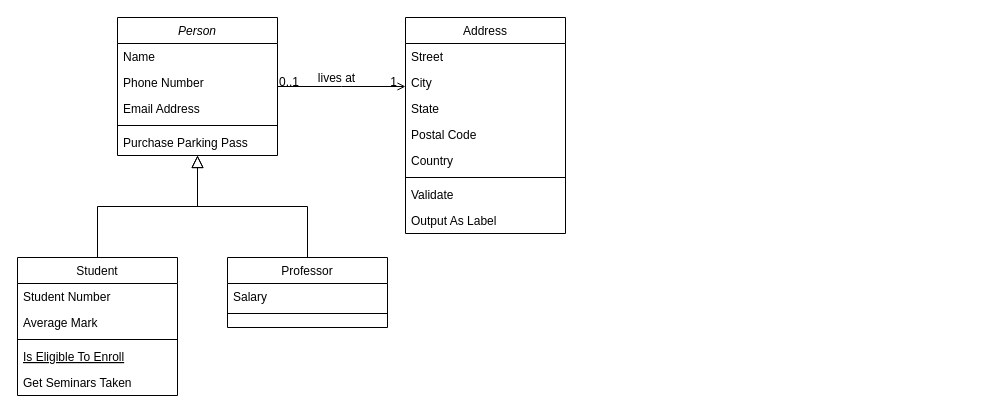
This is Untitled Diagram.drawio from hiotk/umldiagrams, a draw.io file, before an edit. Source tidied: cells renumbered, new cells numbered last; positions are measured from the earlier drawing's top-left corner, leaving out a move shared by most shapes. Both pictures are drawn from the tidied source at 100%, with x=0, y=0 at pixel (17, 17).
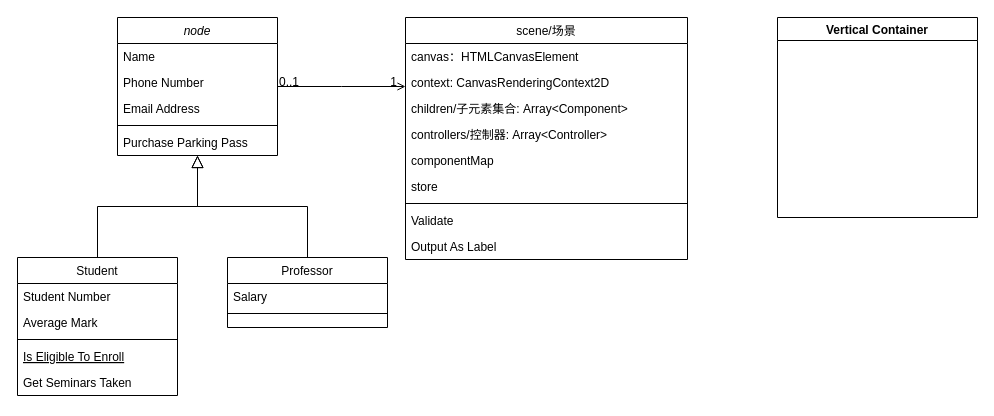
Above is the later version.

Unchanged cells that the change refers to:
```xml
<mxCell id="28" style="endArrow=open;shadow=0;strokeWidth=1;rounded=0;endFill=1;edgeStyle=elbowEdgeStyle;elbow=vertical;" parent="1" edge="1" source="2" target="19">
  <mxGeometry x="0.5" y="41" relative="1" as="geometry">
    <mxPoint x="-40" y="32" as="offset" />
  </mxGeometry>
</mxCell>
```

Diff of the diagram source:
```diff
@@
-    <mxCell id="2" value="Person" style="swimlane;fontStyle=2;align=center;verticalAlign=top;horizontal=1;startSize=26;rounded=0;shadow=0;strokeWidth=1;" parent="1" vertex="1">
+    <mxCell id="2" value="node" style="swimlane;fontStyle=2;align=center;verticalAlign=top;horizontal=1;startSize=26;rounded=0;shadow=0;strokeWidth=1;" parent="1" vertex="1">
       <mxGeometry x="100" width="160" height="138" as="geometry" />
     </mxCell>
@@
-    <mxCell id="19" value="Address" style="swimlane;fontStyle=0;align=center;verticalAlign=top;horizontal=1;startSize=26;rounded=0;shadow=0;strokeWidth=1;" parent="1" vertex="1">
-      <mxGeometry x="388" width="160" height="216" as="geometry" />
+    <mxCell id="19" value="scene/场景" style="swimlane;fontStyle=0;align=center;verticalAlign=top;horizontal=1;startSize=26;rounded=0;shadow=0;strokeWidth=1;" parent="1" vertex="1">
+      <mxGeometry x="388" width="282" height="242" as="geometry" />
     </mxCell>
-    <mxCell id="20" value="Street" style="text;align=left;verticalAlign=top;spacingLeft=4;spacingRight=4;overflow=hidden;" parent="19" vertex="1">
-      <mxGeometry y="26" width="160" height="26" as="geometry" />
+    <mxCell id="20" value="canvas：HTMLCanvasElement" style="text;align=left;verticalAlign=top;spacingLeft=4;spacingRight=4;overflow=hidden;" parent="19" vertex="1">
+      <mxGeometry y="26" width="282" height="26" as="geometry" />
     </mxCell>
-    <mxCell id="21" value="City" style="text;align=left;verticalAlign=top;spacingLeft=4;spacingRight=4;overflow=hidden;rounded=0;shadow=0;html=0;" parent="19" vertex="1">
-      <mxGeometry y="52" width="160" height="26" as="geometry" />
+    <mxCell id="21" value="context: CanvasRenderingContext2D" style="text;align=left;verticalAlign=top;spacingLeft=4;spacingRight=4;overflow=hidden;rounded=0;shadow=0;html=0;" parent="19" vertex="1">
+      <mxGeometry y="52" width="282" height="26" as="geometry" />
     </mxCell>
-    <mxCell id="22" value="State" style="text;align=left;verticalAlign=top;spacingLeft=4;spacingRight=4;overflow=hidden;rounded=0;shadow=0;html=0;" parent="19" vertex="1">
-      <mxGeometry y="78" width="160" height="26" as="geometry" />
+    <mxCell id="22" value="children/子元素集合: Array&lt;Component&gt;" style="text;align=left;verticalAlign=top;spacingLeft=4;spacingRight=4;overflow=hidden;rounded=0;shadow=0;html=0;" parent="19" vertex="1">
+      <mxGeometry y="78" width="282" height="26" as="geometry" />
     </mxCell>
-    <mxCell id="23" value="Postal Code" style="text;align=left;verticalAlign=top;spacingLeft=4;spacingRight=4;overflow=hidden;rounded=0;shadow=0;html=0;" parent="19" vertex="1">
-      <mxGeometry y="104" width="160" height="26" as="geometry" />
+    <mxCell id="23" value="controllers/控制器: Array&lt;Controller&gt;" style="text;align=left;verticalAlign=top;spacingLeft=4;spacingRight=4;overflow=hidden;rounded=0;shadow=0;html=0;" parent="19" vertex="1">
+      <mxGeometry y="104" width="282" height="26" as="geometry" />
     </mxCell>
-    <mxCell id="24" value="Country" style="text;align=left;verticalAlign=top;spacingLeft=4;spacingRight=4;overflow=hidden;rounded=0;shadow=0;html=0;" parent="19" vertex="1">
-      <mxGeometry y="130" width="160" height="26" as="geometry" />
+    <mxCell id="24" value="componentMap" style="text;align=left;verticalAlign=top;spacingLeft=4;spacingRight=4;overflow=hidden;rounded=0;shadow=0;html=0;" parent="19" vertex="1">
+      <mxGeometry y="130" width="282" height="26" as="geometry" />
     </mxCell>
+    <mxCell id="32" value="store" style="text;align=left;verticalAlign=top;spacingLeft=4;spacingRight=4;overflow=hidden;rounded=0;shadow=0;html=0;" parent="19" vertex="1">
+      <mxGeometry y="156" width="282" height="26" as="geometry" />
+    </mxCell>
     <mxCell id="25" style="line;html=1;strokeWidth=1;align=left;verticalAlign=middle;spacingTop=-1;spacingLeft=3;spacingRight=3;labelPosition=right;" parent="19" vertex="1">
-      <mxGeometry y="156" width="160" height="8" as="geometry" />
+      <mxGeometry y="182" width="282" height="8" as="geometry" />
     </mxCell>
     <mxCell id="26" value="Validate" style="text;align=left;verticalAlign=top;spacingLeft=4;spacingRight=4;overflow=hidden;" parent="19" vertex="1">
-      <mxGeometry y="164" width="160" height="26" as="geometry" />
+      <mxGeometry y="190" width="282" height="26" as="geometry" />
     </mxCell>
     <mxCell id="27" value="Output As Label" style="text;align=left;verticalAlign=top;spacingLeft=4;spacingRight=4;overflow=hidden;" parent="19" vertex="1">
-      <mxGeometry y="190" width="160" height="26" as="geometry" />
+      <mxGeometry y="216" width="282" height="26" as="geometry" />
     </mxCell>
@@
-    <mxCell id="31" value="lives at" style="text;html=1;align=center;verticalAlign=middle;labelBackgroundColor=none;rounded=0;shadow=0;strokeWidth=1;fontSize=12;" parent="28" vertex="1">
-      <mxGeometry x="0.5" y="49" relative="1" as="geometry">
-        <mxPoint x="-38" y="40" as="offset" />
-      </mxGeometry>
-    </mxCell>
+    <mxCell id="33" value="Vertical Container" style="swimlane;" parent="1" vertex="1">
+      <mxGeometry x="760" width="200" height="200" as="geometry" />
+    </mxCell>
```
